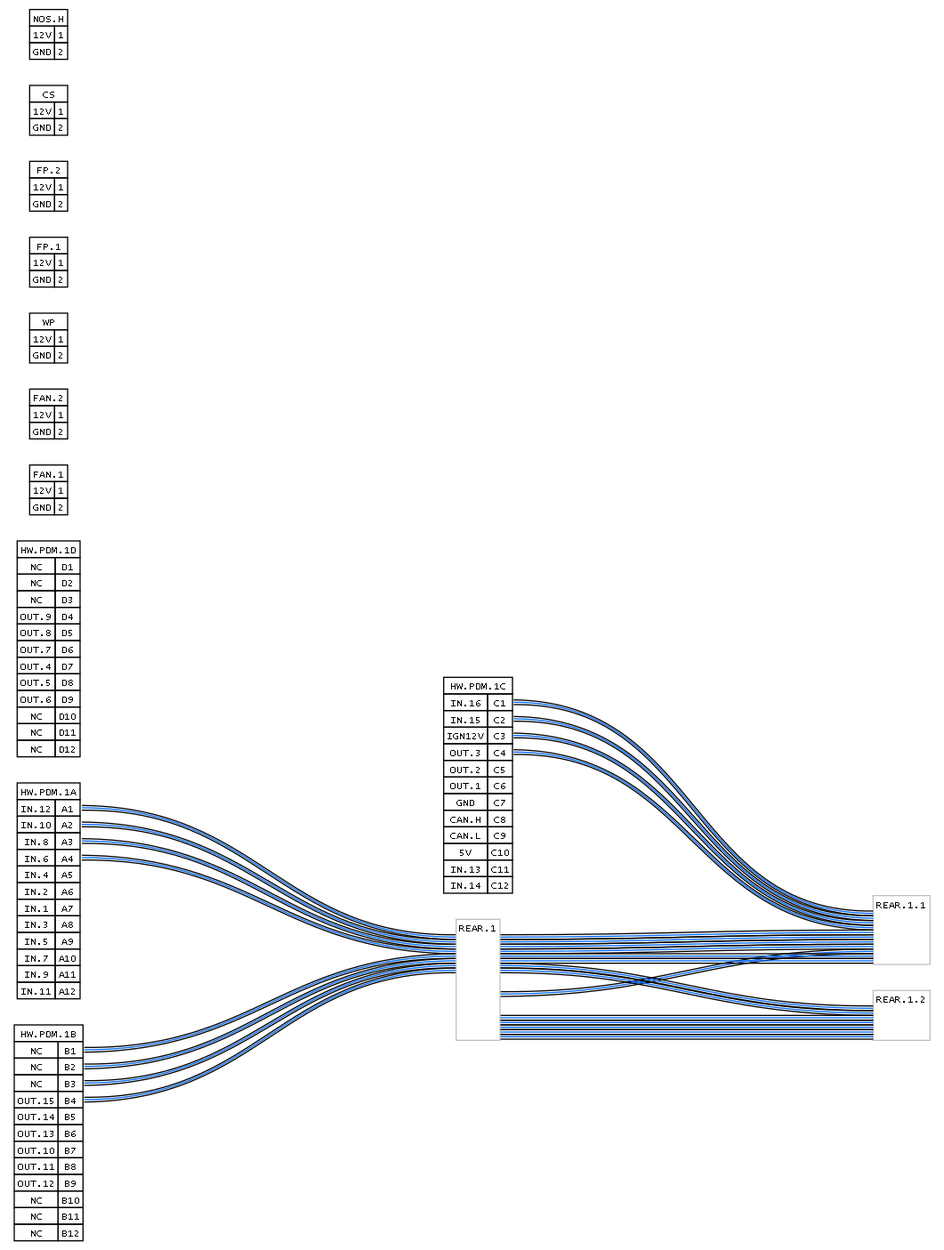
cmjdev/wiregen keeps this Graphviz diagram as out.gv.png. Above is the earlier version. Its source is kept beside it as out.gv.
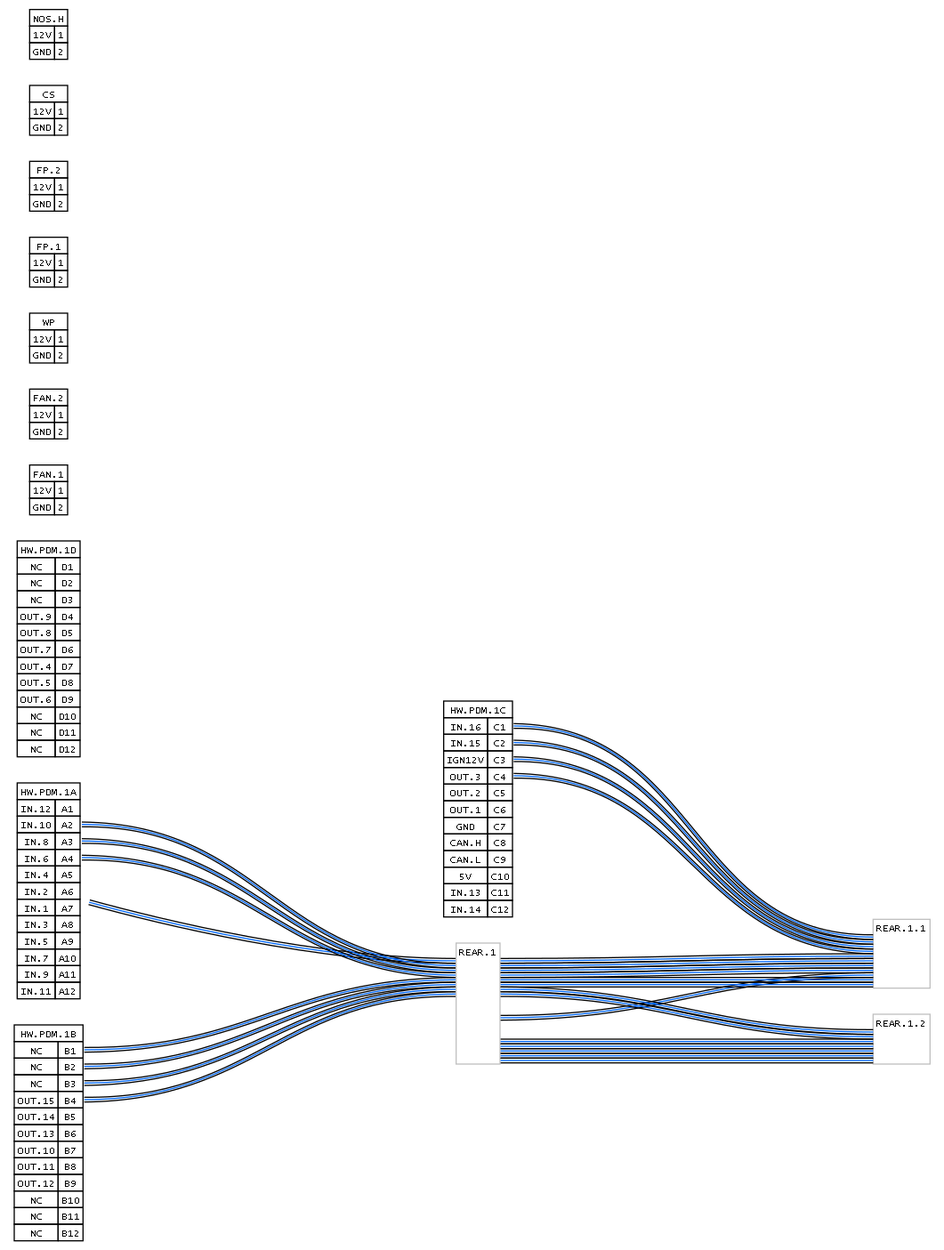
The same diagram one commit later.

What changed in the source:
```diff
@@ -17,7 +17,7 @@
 "REAR.1" [label = <<TABLE border="1" cellspacing="0" color="grey" cellborder="0"><TR><TD colspan="2">REAR.1</TD></TR><TR><TD PORT="0L"></TD><TD PORT="0R"></TD></TR><TR><TD PORT="1L"></TD><TD PORT="1R"></TD></TR><TR><TD PORT="2L"></TD><TD PORT="2R"></TD></TR><TR><TD PORT="3L"></TD><TD PORT="3R"></TD></TR><TR><TD PORT="5L"></TD><TD PORT="5R"></TD></TR><TR><TD PORT="6L"></TD><TD PORT="6R"></TD></TR><TR><TD PORT="7L"></TD><TD PORT="7R"></TD></TR><TR><TD PORT="8L"></TD><TD PORT="8R"></TD></TR><TR><TD PORT="0L"></TD><TD PORT="0R"></TD></TR><TR><TD PORT="1L"></TD><TD PORT="1R"></TD></TR><TR><TD PORT="2L"></TD><TD PORT="2R"></TD></TR><TR><TD PORT="3L"></TD><TD PORT="3R"></TD></TR><TR><TD PORT="4L"></TD><TD PORT="4R"></TD></TR><TR><TD PORT="5L"></TD><TD PORT="5R"></TD></TR><TR><TD PORT="6L"></TD><TD PORT="6R"></TD></TR><TR><TD PORT="7L"></TD><TD PORT="7R"></TD></TR><TR><TD PORT="8L"></TD><TD PORT="8R"></TD></TR><TR><TD PORT="9L"></TD><TD PORT="9R"></TD></TR><TR><TD PORT="10L"></TD><TD PORT="10R"></TD></TR><TR><TD PORT="12L"></TD><TD PORT="12R"></TD></TR><TR><TD PORT="13L"></TD><TD PORT="13R"></TD></TR><TR><TD PORT="14L"></TD><TD PORT="14R"></TD></TR></TABLE>>];
 "REAR.1.1" [label = <<TABLE border="1" cellspacing="0" color="grey" cellborder="0"><TR><TD colspan="2">REAR.1.1</TD></TR><TR><TD PORT="10L"></TD><TD PORT="10R"></TD></TR><TR><TD PORT="11L"></TD><TD PORT="11R"></TD></TR><TR><TD PORT="12L"></TD><TD PORT="12R"></TD></TR><TR><TD PORT="13L"></TD><TD PORT="13R"></TD></TR><TR><TD PORT="0L"></TD><TD PORT="0R"></TD></TR><TR><TD PORT="1L"></TD><TD PORT="1R"></TD></TR><TR><TD PORT="2L"></TD><TD PORT="2R"></TD></TR><TR><TD PORT="3L"></TD><TD PORT="3R"></TD></TR><TR><TD PORT="4L"></TD><TD PORT="4R"></TD></TR><TR><TD PORT="5L"></TD><TD PORT="5R"></TD></TR><TR><TD PORT="6L"></TD><TD PORT="6R"></TD></TR></TABLE>>];
 "REAR.1.2" [label = <<TABLE border="1" cellspacing="0" color="grey" cellborder="0"><TR><TD colspan="2">REAR.1.2</TD></TR><TR><TD PORT="0L"></TD><TD PORT="0R"></TD></TR><TR><TD PORT="1L"></TD><TD PORT="1R"></TD></TR><TR><TD PORT="2L"></TD><TD PORT="2R"></TD></TR><TR><TD PORT="3L"></TD><TD PORT="3R"></TD></TR><TR><TD PORT="4L"></TD><TD PORT="4R"></TD></TR><TR><TD PORT="5L"></TD><TD PORT="5R"></TD></TR><TR><TD PORT="6L"></TD><TD PORT="6R"></TD></TR></TABLE>>];
-"HW.PDM.1A":"A1R" -- "REAR.1":"0L"
+"HW.PDM.1A":"C1R" -- "REAR.1":"0L"
 "HW.PDM.1A":"A2R" -- "REAR.1":"1L"
 "HW.PDM.1A":"A3R" -- "REAR.1":"2L"
 "HW.PDM.1A":"A4R" -- "REAR.1":"3L"
```
